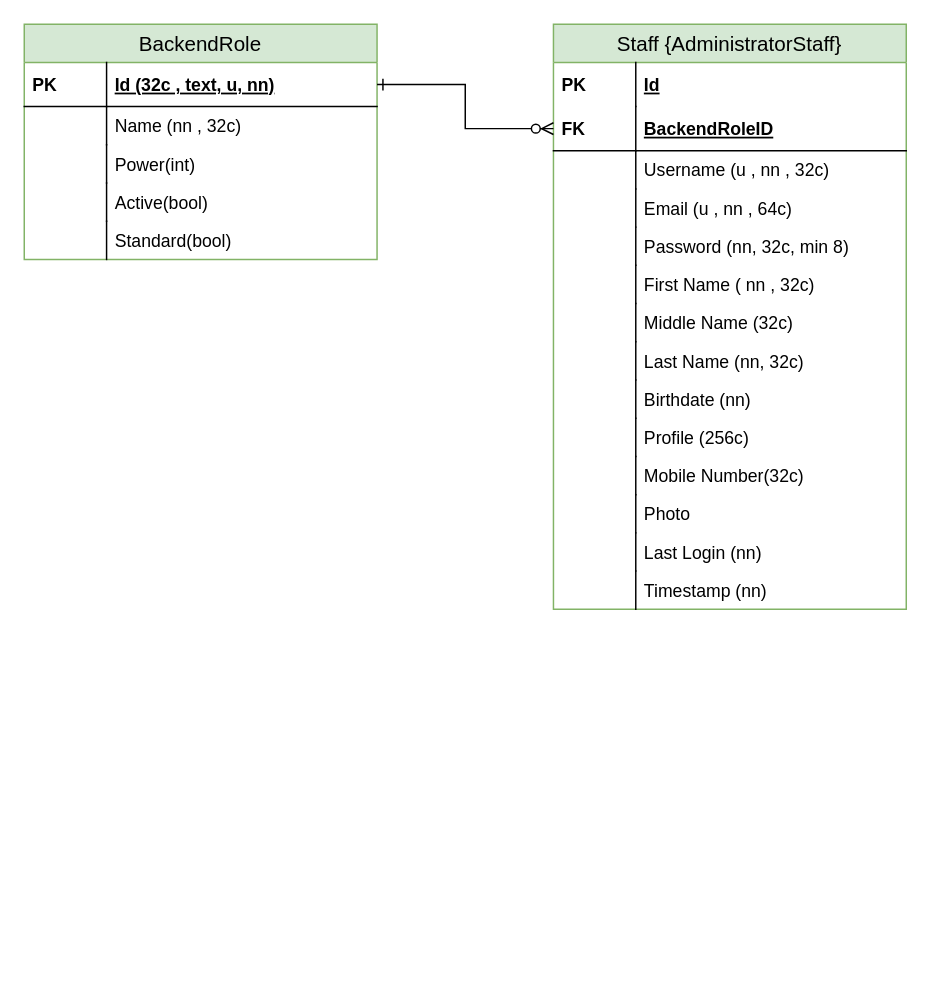
The draw.io diagram database-diagram/Database Diagram.drawio in kosartofiq/Kurdish-Language, before the edit. Source tidied: cells renumbered, new cells numbered last; positions are measured from the earlier drawing's top-left corner, leaving out a move shared by most shapes. Both pictures are drawn from the tidied source at 147%, with x=0, y=0 at pixel (24, 24).
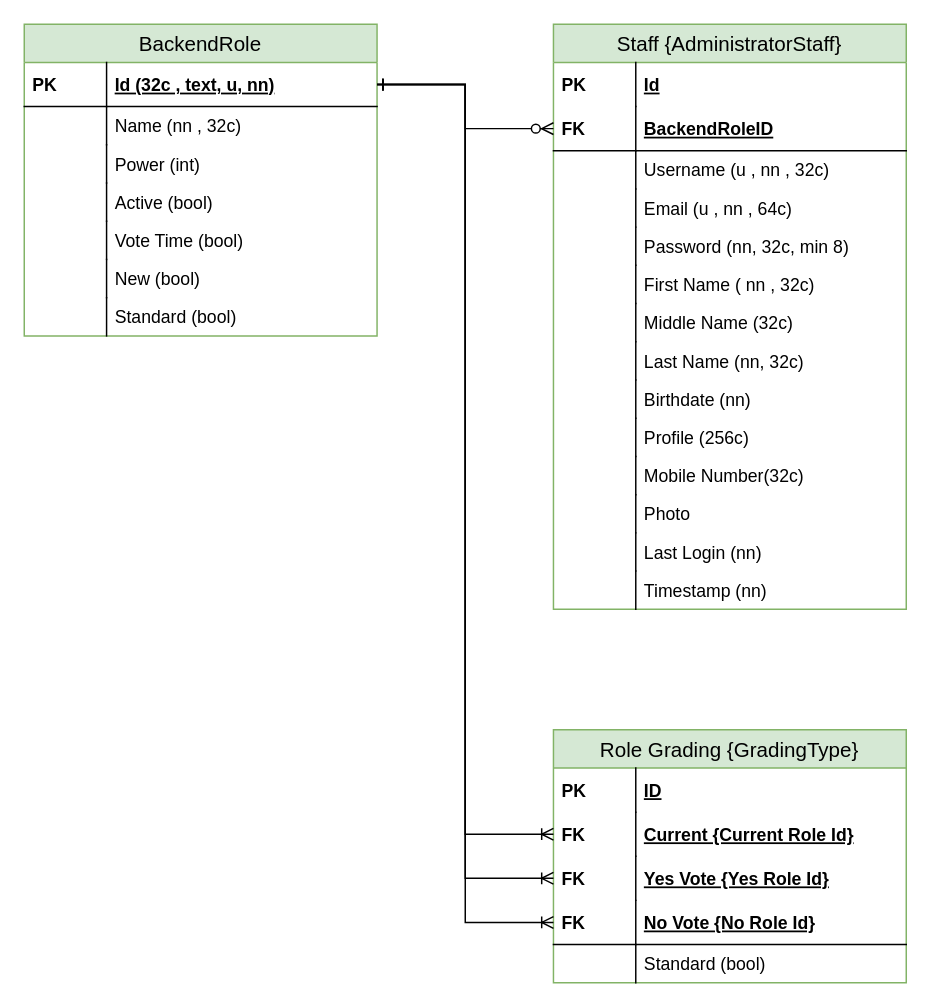
After the change.

Commit message (it also covers changes not shown here):
Add RoleGrading Entity, and some spell correction

Unchanged cells that the change refers to:
```xml
<mxCell id="3" value="Id (32c , text, u, nn)" style="shape=partialRectangle;top=0;left=0;right=0;bottom=1;align=left;verticalAlign=middle;fillColor=none;spacingLeft=60;spacingRight=4;overflow=hidden;points=[[0,0.5],[1,0.5]];portConstraint=eastwest;fontStyle=5;fontSize=12;" parent="2" vertex="1">
  <mxGeometry y="26" width="240" height="30" as="geometry" />
</mxCell>
```

Diff of the diagram source:
```diff
@@
     <mxCell id="2" value="BackendRole" style="swimlane;fontStyle=0;horizontal=1;startSize=26;swimlaneFillColor=#ffffff;align=center;fontSize=14;fillColor=#d5e8d4;strokeColor=#82b366;" parent="1" vertex="1">
-      <mxGeometry width="240" height="160" as="geometry" />
+      <mxGeometry width="240" height="212" as="geometry" />
     </mxCell>
@@
-    <mxCell id="7" value="Power(int)" style="shape=partialRectangle;top=0;left=0;right=0;bottom=0;align=left;verticalAlign=top;fillColor=none;spacingLeft=60;spacingRight=4;overflow=hidden;fontSize=12;" parent="2" vertex="1">
+    <mxCell id="7" value="Power (int)" style="shape=partialRectangle;top=0;left=0;right=0;bottom=0;align=left;verticalAlign=top;fillColor=none;spacingLeft=60;spacingRight=4;overflow=hidden;fontSize=12;" parent="2" vertex="1">
       <mxGeometry y="82" width="240" height="26" as="geometry" />
     </mxCell>
@@
-    <mxCell id="9" value="Active(bool)" style="shape=partialRectangle;top=0;left=0;right=0;bottom=0;align=left;verticalAlign=top;fillColor=none;spacingLeft=60;spacingRight=4;overflow=hidden;fontSize=12;" parent="2" vertex="1">
+    <mxCell id="9" value="Active (bool)" style="shape=partialRectangle;top=0;left=0;right=0;bottom=0;align=left;verticalAlign=top;fillColor=none;spacingLeft=60;spacingRight=4;overflow=hidden;fontSize=12;" parent="2" vertex="1">
       <mxGeometry y="108" width="240" height="26" as="geometry" />
     </mxCell>
@@
+    <mxCell id="43" value="Vote Time (bool)" style="shape=partialRectangle;top=0;left=0;right=0;bottom=0;align=left;verticalAlign=top;fillColor=none;spacingLeft=60;spacingRight=4;overflow=hidden;fontSize=12;" parent="2" vertex="1">
+      <mxGeometry y="134" width="240" height="26" as="geometry" />
+    </mxCell>
+    <mxCell id="44" style="shape=partialRectangle;top=0;left=0;bottom=0;fillColor=none;align=left;verticalAlign=top;spacingLeft=4;spacingRight=4;overflow=hidden;fontSize=12;" parent="43" vertex="1">
+      <mxGeometry width="56" height="26" as="geometry" />
+    </mxCell>
+    <mxCell id="45" value="New (bool)" style="shape=partialRectangle;top=0;left=0;right=0;bottom=0;align=left;verticalAlign=top;fillColor=none;spacingLeft=60;spacingRight=4;overflow=hidden;fontSize=12;" parent="2" vertex="1">
+      <mxGeometry y="160" width="240" height="26" as="geometry" />
+    </mxCell>
+    <mxCell id="46" style="shape=partialRectangle;top=0;left=0;bottom=0;fillColor=none;align=left;verticalAlign=top;spacingLeft=4;spacingRight=4;overflow=hidden;fontSize=12;" parent="45" vertex="1">
+      <mxGeometry width="56" height="26" as="geometry" />
+    </mxCell>
-    <mxCell id="11" value="Standard(bool)" style="shape=partialRectangle;top=0;left=0;right=0;bottom=0;align=left;verticalAlign=top;fillColor=none;spacingLeft=60;spacingRight=4;overflow=hidden;fontSize=12;" parent="2" vertex="1">
-      <mxGeometry y="134" width="240" height="26" as="geometry" />
+    <mxCell id="11" value="Standard (bool)" style="shape=partialRectangle;top=0;left=0;right=0;bottom=0;align=left;verticalAlign=top;fillColor=none;spacingLeft=60;spacingRight=4;overflow=hidden;fontSize=12;" parent="2" vertex="1">
+      <mxGeometry y="186" width="240" height="26" as="geometry" />
     </mxCell>
@@
+    <mxCell id="47" value="Role Grading {GradingType}" style="swimlane;fontStyle=0;horizontal=1;startSize=26;fillColor=#d5e8d4;swimlaneFillColor=#ffffff;align=center;fontSize=14;strokeColor=#82b366;" parent="1" vertex="1">
+      <mxGeometry x="360" y="480" width="240" height="172" as="geometry" />
+    </mxCell>
+    <mxCell id="48" value="ID" style="shape=partialRectangle;top=0;left=0;right=0;bottom=0;align=left;verticalAlign=middle;fillColor=none;spacingLeft=60;spacingRight=4;overflow=hidden;fontStyle=5;fontSize=12;" parent="47" vertex="1">
+      <mxGeometry y="26" width="240" height="30" as="geometry" />
+    </mxCell>
+    <mxCell id="49" value="PK" style="shape=partialRectangle;fontStyle=1;top=0;left=0;bottom=0;fillColor=none;align=left;verticalAlign=middle;spacingLeft=4;spacingRight=4;overflow=hidden;fontSize=12;" parent="48" vertex="1">
+      <mxGeometry width="56" height="30" as="geometry" />
+    </mxCell>
+    <mxCell id="50" value="Current {Current Role Id}" style="shape=partialRectangle;top=0;left=0;right=0;bottom=0;align=left;verticalAlign=middle;fillColor=none;spacingLeft=60;spacingRight=4;overflow=hidden;points=[[0,0.5],[1,0.5]];portConstraint=eastwest;fontStyle=5;fontSize=12;" parent="47" vertex="1">
+      <mxGeometry y="56" width="240" height="30" as="geometry" />
+    </mxCell>
+    <mxCell id="51" value="FK" style="shape=partialRectangle;fontStyle=1;top=0;left=0;bottom=0;fillColor=none;align=left;verticalAlign=middle;spacingLeft=4;spacingRight=4;overflow=hidden;fontSize=12;" parent="50" vertex="1">
+      <mxGeometry width="56" height="30" as="geometry" />
+    </mxCell>
+    <mxCell id="52" value="Yes Vote {Yes Role Id}" style="shape=partialRectangle;top=0;left=0;right=0;bottom=0;align=left;verticalAlign=middle;fillColor=none;spacingLeft=60;spacingRight=4;overflow=hidden;points=[[0,0.5],[1,0.5]];portConstraint=eastwest;fontStyle=5;fontSize=12;" parent="47" vertex="1">
+      <mxGeometry y="86" width="240" height="30" as="geometry" />
+    </mxCell>
+    <mxCell id="53" value="FK" style="shape=partialRectangle;fontStyle=1;top=0;left=0;bottom=0;fillColor=none;align=left;verticalAlign=middle;spacingLeft=4;spacingRight=4;overflow=hidden;fontSize=12;" parent="52" vertex="1">
+      <mxGeometry width="56" height="30" as="geometry" />
+    </mxCell>
+    <mxCell id="54" value="No Vote {No Role Id}" style="shape=partialRectangle;top=0;left=0;right=0;bottom=1;align=left;verticalAlign=middle;fillColor=none;spacingLeft=60;spacingRight=4;overflow=hidden;points=[[0,0.5],[1,0.5]];portConstraint=eastwest;fontStyle=5;fontSize=12;" parent="47" vertex="1">
+      <mxGeometry y="116" width="240" height="30" as="geometry" />
+    </mxCell>
+    <mxCell id="55" value="FK" style="shape=partialRectangle;fontStyle=1;top=0;left=0;bottom=0;fillColor=none;align=left;verticalAlign=middle;spacingLeft=4;spacingRight=4;overflow=hidden;fontSize=12;" parent="54" vertex="1">
+      <mxGeometry width="56" height="30" as="geometry" />
+    </mxCell>
+    <mxCell id="56" value="Standard (bool)" style="shape=partialRectangle;top=0;left=0;right=0;bottom=0;align=left;verticalAlign=top;fillColor=none;spacingLeft=60;spacingRight=4;overflow=hidden;fontSize=12;" parent="47" vertex="1">
+      <mxGeometry y="146" width="240" height="26" as="geometry" />
+    </mxCell>
+    <mxCell id="57" style="shape=partialRectangle;top=0;left=0;bottom=0;fillColor=none;align=left;verticalAlign=top;spacingLeft=4;spacingRight=4;overflow=hidden;fontSize=12;" parent="56" vertex="1">
+      <mxGeometry width="56" height="26" as="geometry" />
+    </mxCell>
+    <mxCell id="58" style="edgeStyle=orthogonalEdgeStyle;rounded=0;jettySize=auto;html=1;entryX=0;entryY=0.5;entryDx=0;entryDy=0;startArrow=ERone;startFill=0;endArrow=ERoneToMany;endFill=0;" parent="1" edge="1" source="3" target="50">
+      <mxGeometry relative="1" as="geometry" />
+    </mxCell>
+    <mxCell id="59" style="edgeStyle=orthogonalEdgeStyle;rounded=0;jettySize=auto;html=1;startArrow=ERone;startFill=0;endArrow=ERoneToMany;endFill=0;" parent="1" edge="1" source="3" target="52">
+      <mxGeometry relative="1" as="geometry" />
+    </mxCell>
+    <mxCell id="60" style="edgeStyle=orthogonalEdgeStyle;rounded=0;jettySize=auto;html=1;startArrow=ERone;startFill=0;endArrow=ERoneToMany;endFill=0;" parent="1" edge="1" source="3" target="54">
+      <mxGeometry relative="1" as="geometry" />
+    </mxCell>
```
